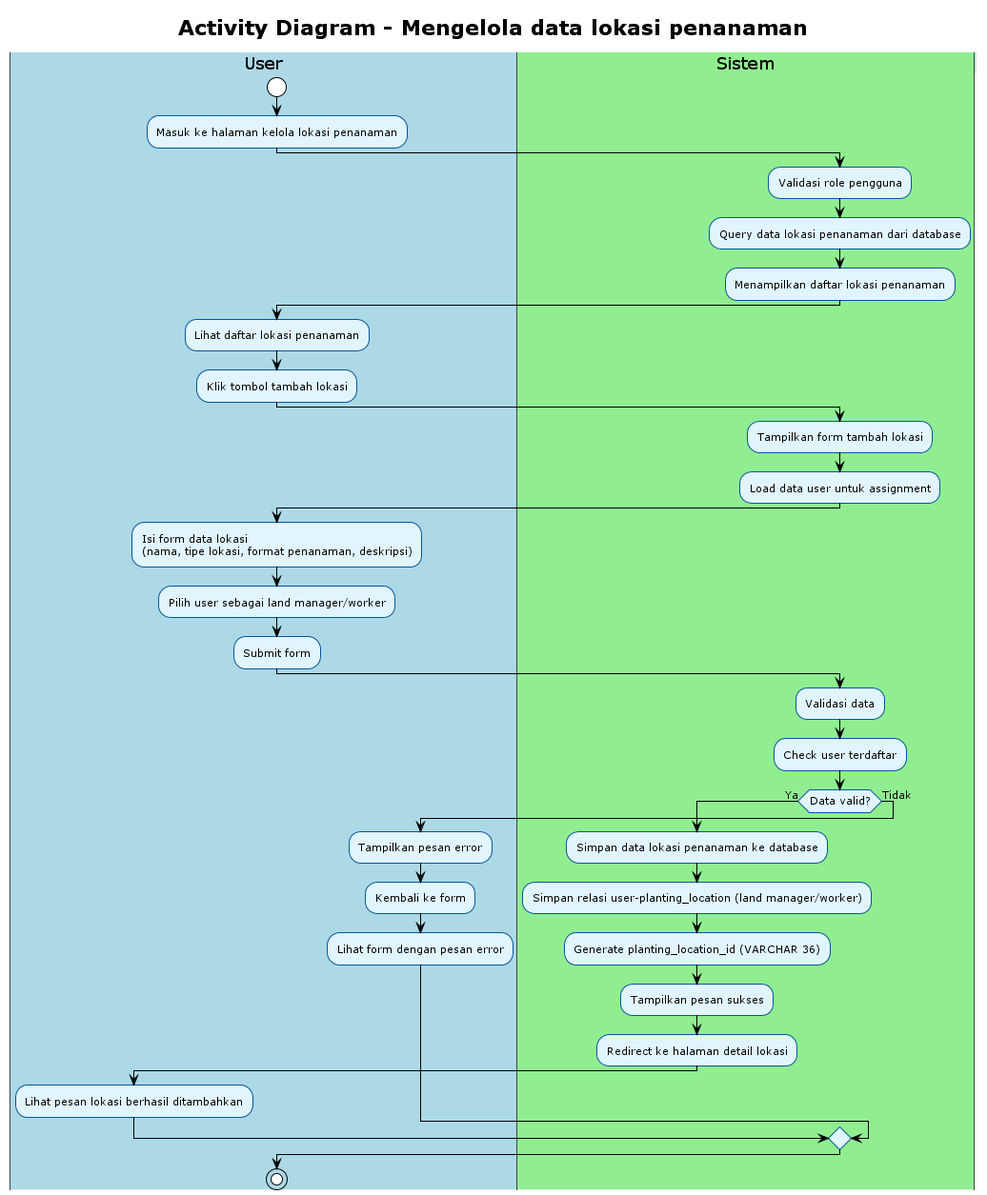
Earlier version of the PlantUML export out/uml/activity/Activity new/03_kelola_data_lokasi_penanaman/03_kelola_data_lokasi_penanaman.png (Rifkiwastaken/example-app).
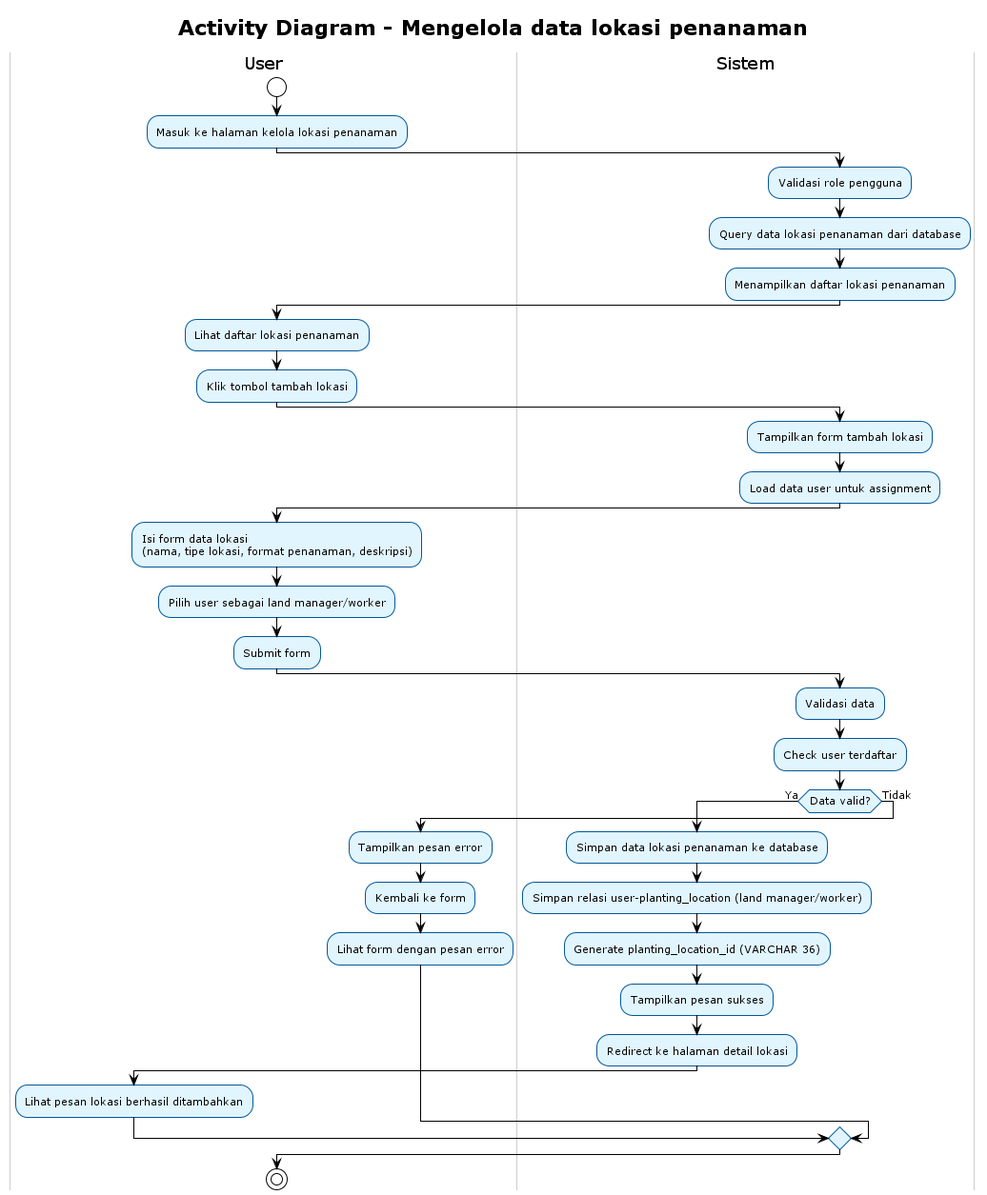
After the change.

What changed in the source:
```diff
@@ -1,42 +1,43 @@
 @startuml
 !theme plain
+skinparam backgroundColor white
 skinparam activity {
     BackgroundColor #E1F5FE
     BorderColor #01579B
     FontSize 11
 }
 skinparam swimlane {
-    BackgroundColor #F5F5F5
-    BorderColor #424242
-    TitleBackgroundColor #BBDEFB
-    TitleBorderColor #1976D2
+    BackgroundColor White
+    BorderColor #CCCCCC
+    TitleBackgroundColor White
+    TitleBorderColor #999999
 }
 
 title Activity Diagram - Mengelola data lokasi penanaman
 
-|#LightBlue|User|
+|#White|User|
 start
 :Masuk ke halaman kelola lokasi penanaman;
 
-|#LightGreen|Sistem|
+|#White|Sistem|
 :Validasi role pengguna;
 :Query data lokasi penanaman dari database;
 :Menampilkan daftar lokasi penanaman;
 
-|#LightBlue|User|
+|#White|User|
 :Lihat daftar lokasi penanaman;
 :Klik tombol tambah lokasi;
 
-|#LightGreen|Sistem|
+|#White|Sistem|
 :Tampilkan form tambah lokasi;
 :Load data user untuk assignment;
 
-|#LightBlue|User|
+|#White|User|
 :Isi form data lokasi\n(nama, tipe lokasi, format penanaman, deskripsi);
 :Pilih user sebagai land manager/worker;
 :Submit form;
 
-|#LightGreen|Sistem|
+|#White|Sistem|
 :Validasi data;
 :Check user terdaftar;
 
@@ -46,12 +47,12 @@
     :Generate planting_location_id (VARCHAR 36);
     :Tampilkan pesan sukses;
     :Redirect ke halaman detail lokasi;
-    |#LightBlue|User|
+    |#White|User|
     :Lihat pesan lokasi berhasil ditambahkan;
 else (Tidak)
     :Tampilkan pesan error;
     :Kembali ke form;
-    |#LightBlue|User|
+    |#White|User|
     :Lihat form dengan pesan error;
 endif
 
```
